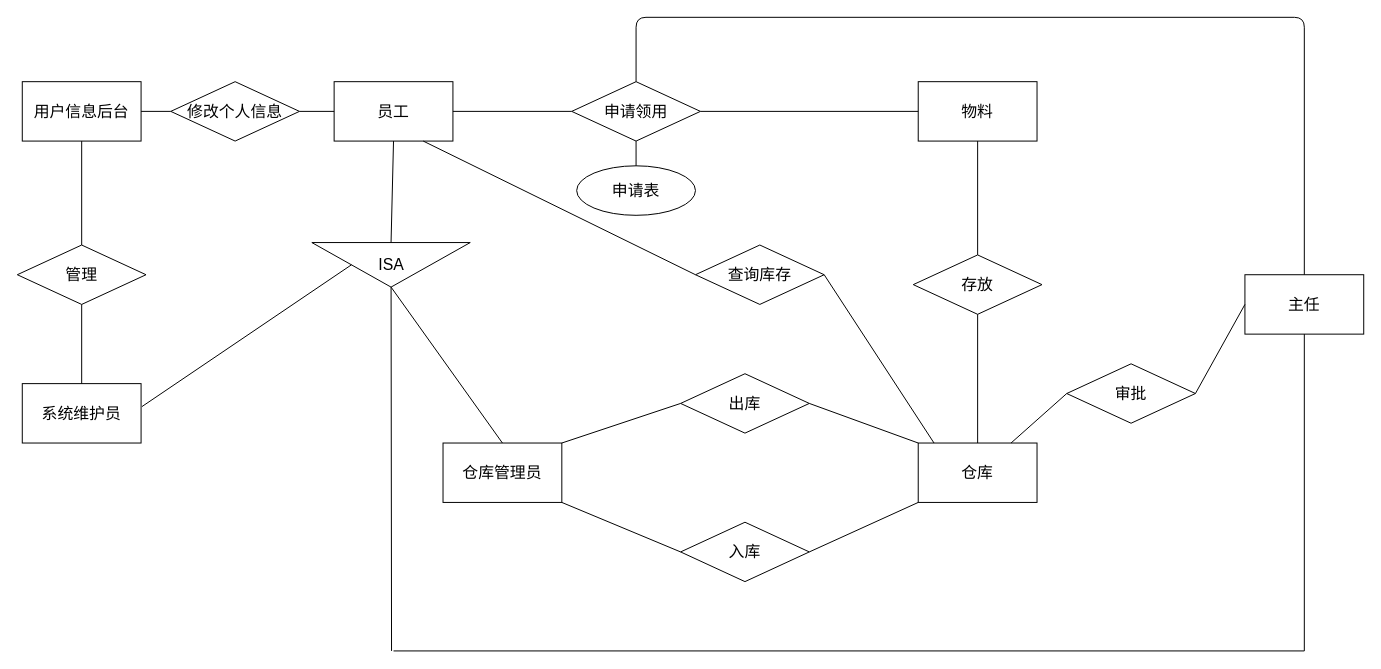
This is 大关系.drawio from images130/LJ_Project, a draw.io file, before an edit. Source tidied: cells renumbered, new cells numbered last; positions are measured from the earlier drawing's top-left corner, leaving out a move shared by most shapes. Both pictures are drawn from the tidied source at 99%, with x=0, y=0 at pixel (17, 17).
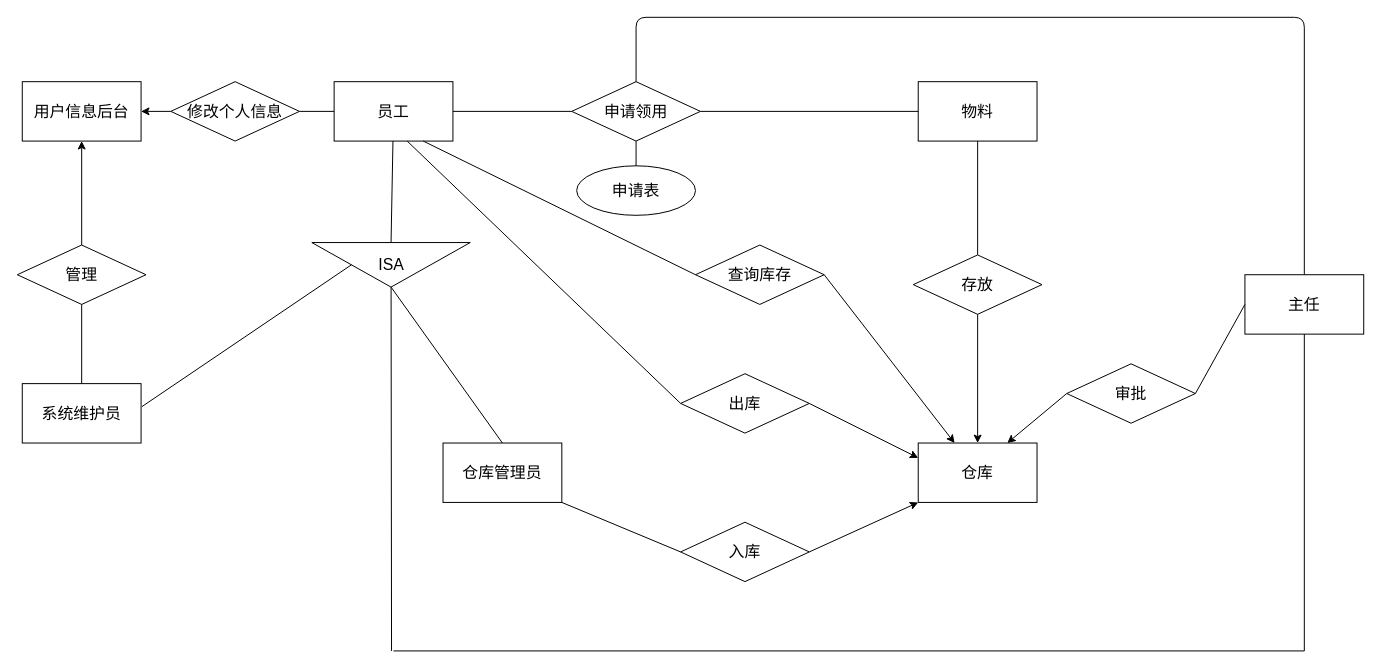
After the change.

The change refers to these unchanged cells:
```xml
<mxCell id="3" value="员工" style="rounded=0;whiteSpace=wrap;html=1;fontSize=16;fontStyle=0;" parent="1" vertex="1">
  <mxGeometry x="320" y="65" width="120" height="60" as="geometry" />
</mxCell>
<mxCell id="7" value="仓库" style="rounded=0;whiteSpace=wrap;html=1;fontSize=16;fontStyle=0;" parent="1" vertex="1">
  <mxGeometry x="910" y="430" width="120" height="60" as="geometry" />
</mxCell>
<mxCell id="8" value="入库" style="rhombus;whiteSpace=wrap;html=1;fontSize=16;fontStyle=0;" parent="1" vertex="1">
  <mxGeometry x="670" y="510" width="130" height="60" as="geometry" />
</mxCell>
<mxCell id="9" value="出库" style="rhombus;whiteSpace=wrap;html=1;fontSize=16;fontStyle=0;" parent="1" vertex="1">
  <mxGeometry x="670" y="360" width="130" height="60" as="geometry" />
</mxCell>
<mxCell id="12" value="仓库管理员" style="rounded=0;whiteSpace=wrap;html=1;fontSize=16;fontStyle=0;" parent="1" vertex="1">
  <mxGeometry x="430" y="430" width="120" height="60" as="geometry" />
</mxCell>
<mxCell id="18" value="存放" style="rhombus;whiteSpace=wrap;html=1;fontSize=16;fontStyle=0;" parent="1" vertex="1">
  <mxGeometry x="905" y="240" width="130" height="60" as="geometry" />
</mxCell>
<mxCell id="22" value="ISA" style="triangle;whiteSpace=wrap;html=1;rotation=90;horizontal=0;fontSize=16;fontStyle=0;" parent="1" vertex="1">
  <mxGeometry x="355" y="170" width="45" height="160" as="geometry" />
</mxCell>
<mxCell id="29" value="查询库存" style="rhombus;whiteSpace=wrap;html=1;fontSize=16;fontStyle=0;" parent="1" vertex="1">
  <mxGeometry x="685" y="230" width="130" height="60" as="geometry" />
</mxCell>
<mxCell id="32" value="用户信息后台" style="rounded=0;whiteSpace=wrap;html=1;fontSize=16;fontStyle=0;" parent="1" vertex="1">
  <mxGeometry x="5" y="65" width="120" height="60" as="geometry" />
</mxCell>
<mxCell id="33" value="管理" style="rhombus;whiteSpace=wrap;html=1;fontSize=16;fontStyle=0;" parent="1" vertex="1">
  <mxGeometry y="230" width="130" height="60" as="geometry" />
</mxCell>
<mxCell id="34" value="修改个人信息" style="rhombus;whiteSpace=wrap;html=1;fontSize=16;fontStyle=0;" parent="1" vertex="1">
  <mxGeometry x="155" y="65" width="130" height="60" as="geometry" />
</mxCell>
<mxCell id="40" value="审批" style="rhombus;whiteSpace=wrap;html=1;fontSize=16;fontStyle=0;" parent="1" vertex="1">
  <mxGeometry x="1060" y="350" width="130" height="60" as="geometry" />
</mxCell>
```

The edit, as a diff of the source:
```diff
@@
-    <mxCell id="10" style="endArrow=none;html=1;entryX=0;entryY=1;entryDx=0;entryDy=0;exitX=1;exitY=0.5;exitDx=0;exitDy=0;fontSize=16;fontStyle=0;" parent="1" edge="1" source="8" target="7">
-      <mxGeometry relative="1" as="geometry" />
-    </mxCell>
-    <mxCell id="11" style="endArrow=none;html=1;entryX=0;entryY=0;entryDx=0;entryDy=0;exitX=1;exitY=0.5;exitDx=0;exitDy=0;fontSize=16;fontStyle=0;" parent="1" edge="1" source="9" target="7">
-      <mxGeometry relative="1" as="geometry" />
-    </mxCell>
@@
-    <mxCell id="14" style="endArrow=none;html=1;entryX=0;entryY=0.5;entryDx=0;entryDy=0;exitX=1;exitY=0;exitDx=0;exitDy=0;fontSize=16;fontStyle=0;exitPerimeter=0;" parent="1" edge="1" source="12" target="9">
-      <mxGeometry relative="1" as="geometry" />
-    </mxCell>
@@
-    <mxCell id="20" style="endArrow=none;html=1;entryX=0.5;entryY=1;entryDx=0;entryDy=0;exitX=0.5;exitY=0;exitDx=0;exitDy=0;fontSize=16;fontStyle=0;" parent="1" edge="1" source="7" target="18">
-      <mxGeometry relative="1" as="geometry" />
-    </mxCell>
@@
-    <mxCell id="25" style="endArrow=none;html=1;exitX=0;exitY=0.5;exitDx=0;exitDy=0;fontSize=16;fontStyle=0;entryX=0.5;entryY=1;entryDx=0;entryDy=0;" parent="1" edge="1" source="22" target="3">
+    <mxCell id="25" style="endArrow=none;html=1;exitX=0;exitY=0.5;exitDx=0;exitDy=0;fontSize=16;fontStyle=0;" parent="1" edge="1" source="22" target="3">
       <mxGeometry relative="1" as="geometry" />
     </mxCell>
@@
-    <mxCell id="31" style="endArrow=none;html=1;entryX=0.133;entryY=0;entryDx=0;entryDy=0;entryPerimeter=0;exitX=1;exitY=0.5;exitDx=0;exitDy=0;fontSize=16;fontStyle=0;" parent="1" edge="1" source="29" target="7">
-      <mxGeometry relative="1" as="geometry" />
-    </mxCell>
@@
-    <mxCell id="36" style="endArrow=none;html=1;entryX=0.5;entryY=1;entryDx=0;entryDy=0;exitX=0.5;exitY=0;exitDx=0;exitDy=0;fontSize=16;fontStyle=0;" parent="1" edge="1" source="33" target="32">
-      <mxGeometry relative="1" as="geometry" />
-    </mxCell>
-    <mxCell id="37" style="endArrow=none;html=1;entryX=0;entryY=0.5;entryDx=0;entryDy=0;exitX=1;exitY=0.5;exitDx=0;exitDy=0;fontSize=16;fontStyle=0;" parent="1" edge="1" source="32" target="34">
-      <mxGeometry relative="1" as="geometry" />
-    </mxCell>
@@
-    <mxCell id="42" style="endArrow=none;html=1;entryX=0;entryY=0.5;entryDx=0;entryDy=0;fontSize=16;fontStyle=0;" parent="1" edge="1" source="7" target="40">
-      <mxGeometry relative="1" as="geometry" />
-    </mxCell>
+    <mxCell id="36" style="endArrow=classic;html=1;exitX=0.5;exitY=0;exitDx=0;exitDy=0;entryX=0.5;entryY=1;entryDx=0;entryDy=0;" parent="1" edge="1" source="33" target="32">
+      <mxGeometry relative="1" as="geometry" />
+    </mxCell>
+    <mxCell id="43" style="endArrow=classic;html=1;entryX=1;entryY=0.5;entryDx=0;entryDy=0;exitX=0;exitY=0.5;exitDx=0;exitDy=0;" parent="1" edge="1" source="34" target="32">
+      <mxGeometry relative="1" as="geometry" />
+    </mxCell>
+    <mxCell id="10" style="endArrow=classic;html=1;entryX=0;entryY=1;entryDx=0;entryDy=0;exitX=1;exitY=0.5;exitDx=0;exitDy=0;" parent="1" edge="1" source="8" target="7">
+      <mxGeometry relative="1" as="geometry" />
+    </mxCell>
+    <mxCell id="44" style="endArrow=classic;html=1;exitX=0.5;exitY=1;exitDx=0;exitDy=0;" parent="1" edge="1" source="18" target="7">
+      <mxGeometry relative="1" as="geometry" />
+    </mxCell>
+    <mxCell id="31" style="endArrow=classic;html=1;exitX=1;exitY=0.5;exitDx=0;exitDy=0;" parent="1" edge="1" source="29" target="7">
+      <mxGeometry relative="1" as="geometry" />
+    </mxCell>
+    <mxCell id="45" style="endArrow=classic;html=1;exitX=0;exitY=0.5;exitDx=0;exitDy=0;entryX=0.75;entryY=0;entryDx=0;entryDy=0;" parent="1" edge="1" source="40" target="7">
+      <mxGeometry relative="1" as="geometry" />
+    </mxCell>
+    <mxCell id="46" style="endArrow=none;html=1;entryX=0;entryY=0.5;entryDx=0;entryDy=0;exitX=0.615;exitY=1;exitDx=0;exitDy=0;exitPerimeter=0;" parent="1" edge="1" source="3" target="9">
+      <mxGeometry relative="1" as="geometry" />
+    </mxCell>
+    <mxCell id="11" style="endArrow=classic;html=1;entryX=0;entryY=0.25;entryDx=0;entryDy=0;exitX=1;exitY=0.5;exitDx=0;exitDy=0;" parent="1" edge="1" source="9" target="7">
+      <mxGeometry relative="1" as="geometry" />
+    </mxCell>
```
